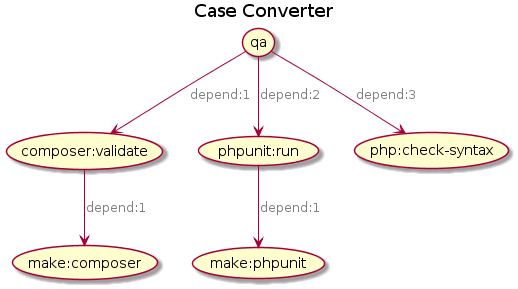
Earlier version of the PlantUML export build.png (jawira/case-converter). The source it was exported from:
```plantuml
@startuml
title Case Converter
skinparam arrowFontColor Grey

(make:phpunit)
(make:composer)
(qa)
(composer:validate)
(phpunit:run)
(php:check-syntax)

(qa) --> (composer:validate) : depend:1
(qa) --> (phpunit:run) : depend:2
(qa) --> (php:check-syntax) : depend:3
(composer:validate) --> (make:composer) : depend:1
(phpunit:run) --> (make:phpunit) : depend:1
@enduml
```
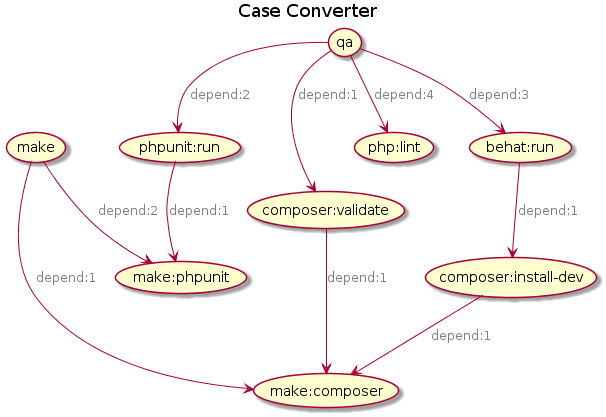
Later version of the same file.

Change to the diagram source:
```diff
@@ -3,15 +3,23 @@
 skinparam arrowFontColor Grey
 
 (make:phpunit)
+(make)
 (make:composer)
 (qa)
 (composer:validate)
+(composer:install-dev)
 (phpunit:run)
-(php:check-syntax)
+(php:lint)
+(behat:run)
 
+(make) --> (make:composer) : depend:1
+(make) --> (make:phpunit) : depend:2
 (qa) --> (composer:validate) : depend:1
 (qa) --> (phpunit:run) : depend:2
-(qa) --> (php:check-syntax) : depend:3
+(qa) --> (behat:run) : depend:3
+(qa) --> (php:lint) : depend:4
 (composer:validate) --> (make:composer) : depend:1
+(composer:install-dev) --> (make:composer) : depend:1
 (phpunit:run) --> (make:phpunit) : depend:1
+(behat:run) --> (composer:install-dev) : depend:1
 @enduml
```
